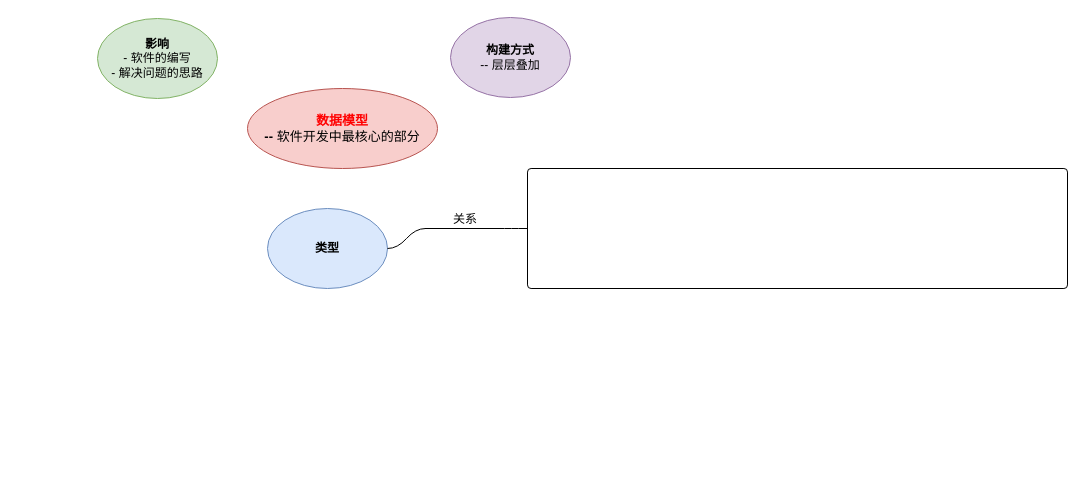
The draw.io diagram 设计数据密集型应用.drawio in ljq199612/diagram, before the edit. Source tidied: cells renumbered, new cells numbered last; positions are measured from the earlier drawing's top-left corner, leaving out a move shared by most shapes. Both pictures are drawn from the tidied source at 100%, with x=0, y=0 at pixel (97, 17).
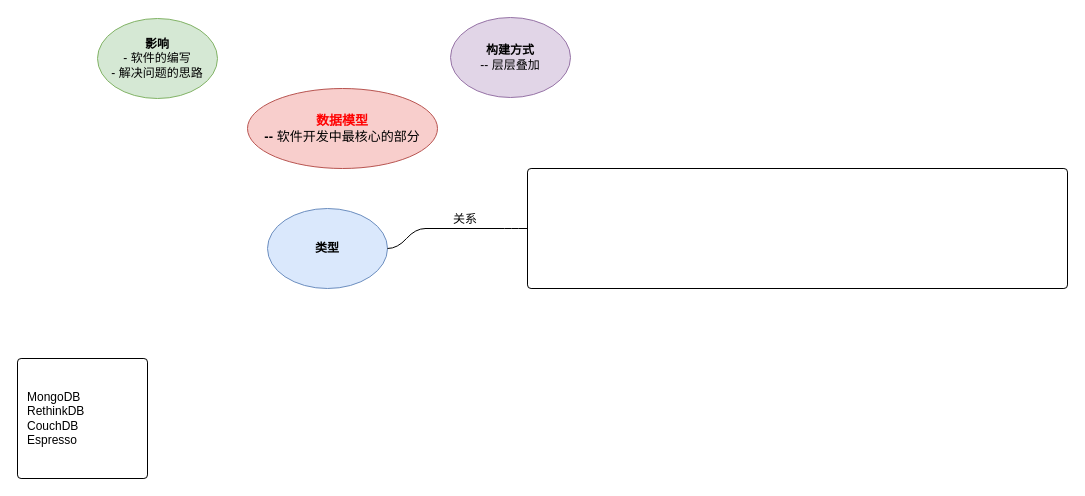
The same page after the edit.

Commit message:
更新设计数据密集型应用.drawio

Diff of the diagram source:
```diff
@@
 <mxGraphModel>
   <root>
     <mxCell id="0" />
     <mxCell id="1" parent="0" />
     <mxCell id="2" value="&lt;div style=&quot;font-size: 13px;&quot;&gt;&lt;b&gt;&lt;font style=&quot;font-size: 13px;&quot; color=&quot;#ff0000&quot;&gt;数据模型&lt;/font&gt;&lt;br&gt;-- &lt;/b&gt;软件开发中最核心的部分&lt;b&gt;&lt;br&gt;&lt;/b&gt;&lt;/div&gt;" style="ellipse;whiteSpace=wrap;html=1;fillColor=#f8cecc;strokeColor=#b85450;" parent="1" vertex="1">
       <mxGeometry x="150" y="71" width="190" height="80" as="geometry" />
     </mxCell>
     <mxCell id="3" value="&lt;div&gt;&lt;b&gt;影响&lt;/b&gt;&lt;/div&gt;&lt;div&gt;- 软件的编写&lt;/div&gt;&lt;div&gt;- 解决问题的思路&lt;br&gt;&lt;/div&gt;" style="ellipse;whiteSpace=wrap;html=1;fillColor=#d5e8d4;strokeColor=#82b366;" parent="1" vertex="1">
       <mxGeometry y="1" width="120" height="80" as="geometry" />
     </mxCell>
     <mxCell id="4" value="&lt;div&gt;&lt;b&gt;构建方式&lt;/b&gt;&lt;/div&gt;-- 层层叠加" style="ellipse;whiteSpace=wrap;html=1;fillColor=#e1d5e7;strokeColor=#9673a6;" parent="1" vertex="1" collapsed="1">
       <mxGeometry x="353" width="120" height="80" as="geometry" />
     </mxCell>
     <mxCell id="5" value="&lt;div&gt;&lt;b&gt;类型&lt;/b&gt;&lt;/div&gt;" style="ellipse;whiteSpace=wrap;html=1;fillColor=#dae8fc;strokeColor=#6c8ebf;" parent="1" vertex="1" collapsed="1">
       <mxGeometry x="170" y="191" width="120" height="80" as="geometry" />
     </mxCell>
     <mxCell id="6" style="rounded=1;whiteSpace=wrap;html=1;align=left;arcSize=3;spacingLeft=8;" parent="1" vertex="1">
       <mxGeometry x="430" y="151" width="540" height="120" as="geometry" />
     </mxCell>
     <mxCell id="7" value="&amp;nbsp;&amp;nbsp; 关系" style="whiteSpace=wrap;html=1;shape=partialRectangle;top=0;left=0;bottom=1;right=0;points=[[0,1],[1,1]];fillColor=none;align=center;verticalAlign=bottom;routingCenterY=0.5;snapToPoint=1;newEdgeStyle={&quot;edgeStyle&quot;:&quot;entityRelationEdgeStyle&quot;,&quot;startArrow&quot;:&quot;none&quot;,&quot;endArrow&quot;:&quot;none&quot;,&quot;segment&quot;:10,&quot;curved&quot;:1,&quot;sourcePerimeterSpacing&quot;:0,&quot;targetPerimeterSpacing&quot;:0};" parent="1" vertex="1">
       <mxGeometry x="328" y="181" width="70" height="30" as="geometry" />
     </mxCell>
     <mxCell id="8" style="edgeStyle=entityRelationEdgeStyle;startArrow=none;endArrow=none;segment=10;curved=1;sourcePerimeterSpacing=0;targetPerimeterSpacing=0;rounded=0;" parent="1" edge="1" target="7">
       <mxGeometry relative="1" as="geometry">
         <mxPoint x="290" y="231" as="sourcePoint" />
       </mxGeometry>
     </mxCell>
     <mxCell id="9" style="edgeStyle=entityRelationEdgeStyle;startArrow=none;endArrow=none;segment=10;curved=1;sourcePerimeterSpacing=0;targetPerimeterSpacing=0;rounded=0;" parent="1" edge="1" source="7" target="6">
       <mxGeometry relative="1" as="geometry" />
     </mxCell>
+    <mxCell id="10" value="&lt;div&gt;MongoDB&lt;/div&gt;&lt;div&gt;RethinkDB&lt;/div&gt;&lt;div&gt;CouchDB&lt;/div&gt;&lt;div&gt;Espresso&lt;br&gt;&lt;/div&gt;" style="rounded=1;whiteSpace=wrap;html=1;align=left;arcSize=3;spacingLeft=8;" parent="1" vertex="1">
+      <mxGeometry x="-80" y="341" width="130" height="120" as="geometry" />
+    </mxCell>
   </root>
 </mxGraphModel>
```
